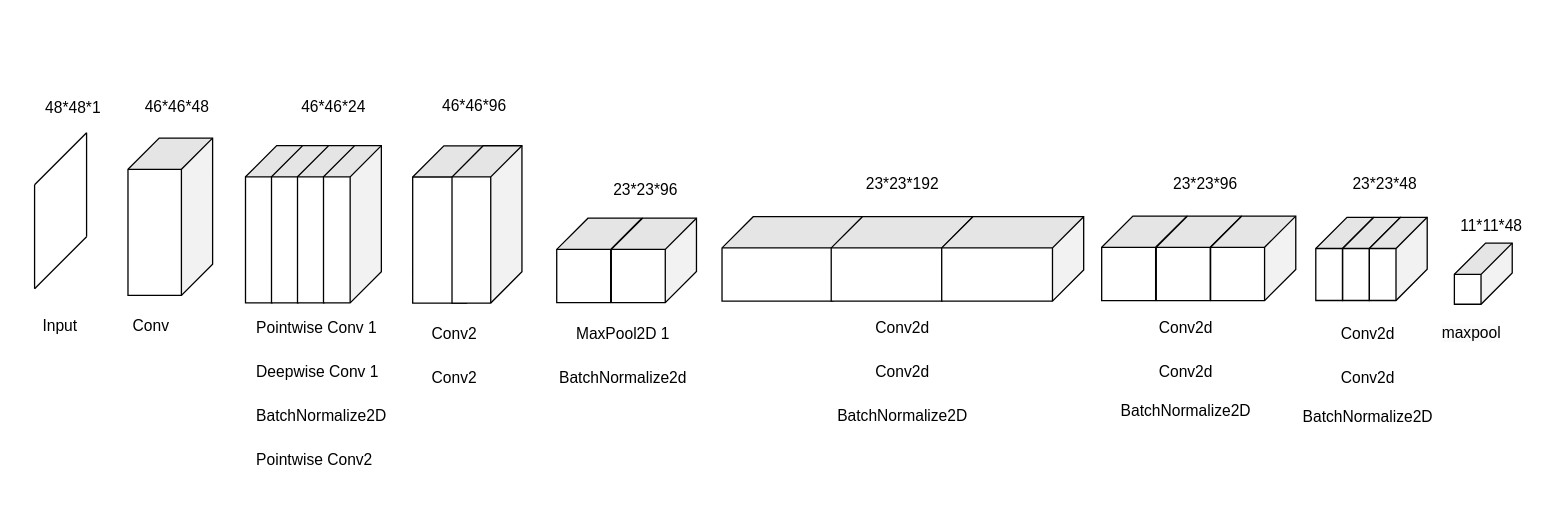
BienGudBoy/draws keeps this draw.io diagram as facts tha3o.drawio. Above is the earlier version. Source tidied: cells renumbered, new cells numbered last; positions are measured from the earlier drawing's top-left corner, leaving out a move shared by most shapes. Both pictures are drawn from the tidied source at 130%, with x=0, y=0 at pixel (21, 22).
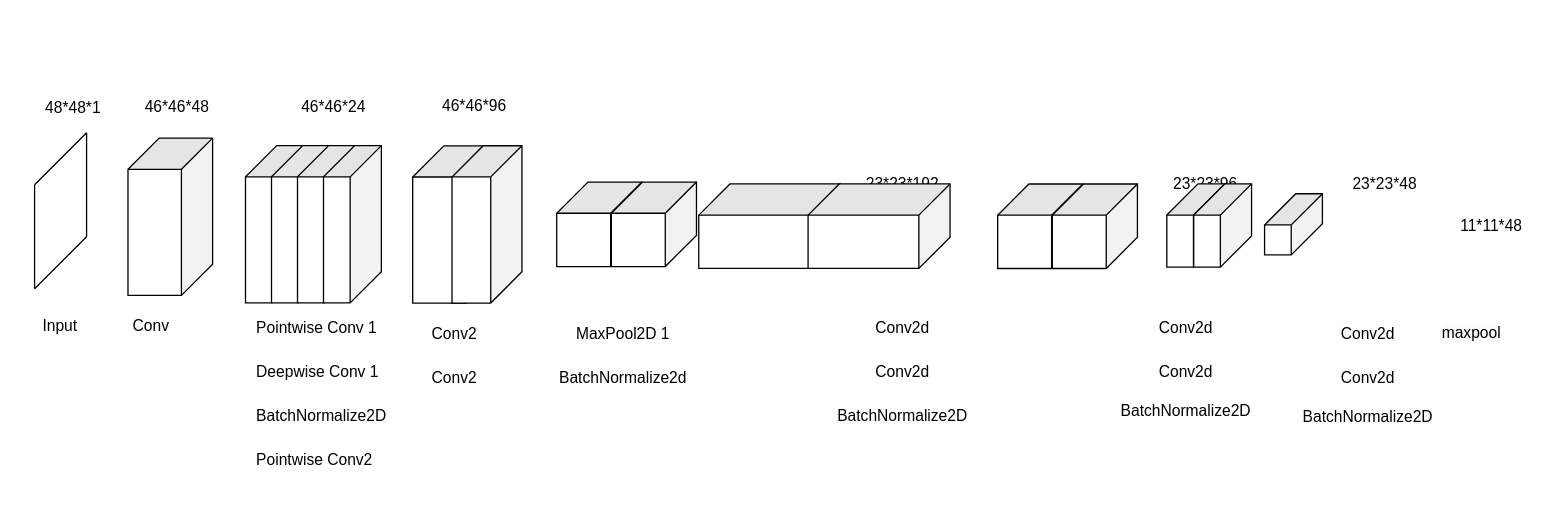
The same page after the edit.

Change to the diagram source:
```diff
@@
-    <mxCell id="34" style="shape=cube;whiteSpace=wrap;html=1;boundedLbl=1;backgroundOutline=1;darkOpacity=0.05;darkOpacity2=0.1;size=24;rotation=90;" parent="1" vertex="1">
-      <mxGeometry x="561" y="127.1" width="65" height="109.2" as="geometry" />
-    </mxCell>
-    <mxCell id="35" style="shape=cube;whiteSpace=wrap;html=1;boundedLbl=1;backgroundOutline=1;darkOpacity=0.05;darkOpacity2=0.1;size=24;rotation=90;" parent="1" vertex="1">
-      <mxGeometry x="645" y="127.1" width="65" height="109.2" as="geometry" />
-    </mxCell>
-    <mxCell id="36" style="shape=cube;whiteSpace=wrap;html=1;boundedLbl=1;backgroundOutline=1;darkOpacity=0.05;darkOpacity2=0.1;size=24;rotation=90;" parent="1" vertex="1">
-      <mxGeometry x="730" y="127.1" width="65" height="109.2" as="geometry" />
-    </mxCell>
     <mxCell id="37" style="group;" parent="1" vertex="1">
-      <mxGeometry x="831" y="148.7" width="149.2" height="65" as="geometry" />
+      <mxGeometry x="751" y="124" width="149.2" height="65" as="geometry" />
     </mxCell>
@@
-    <mxCell id="40" style="shape=cube;whiteSpace=wrap;html=1;boundedLbl=1;backgroundOutline=1;darkOpacity=0.05;darkOpacity2=0.1;size=24;rotation=90;" parent="37" vertex="1">
-      <mxGeometry x="84" y="-0.2" width="65" height="65.5" as="geometry" />
-    </mxCell>
     <mxCell id="41" style="group;" parent="1" vertex="1">
-      <mxGeometry x="995.6" y="149.7" width="85.8" height="64" as="geometry" />
+      <mxGeometry x="881" y="124" width="85.8" height="64" as="geometry" />
     </mxCell>
@@
-    <mxCell id="44" style="shape=cube;whiteSpace=wrap;html=1;boundedLbl=1;backgroundOutline=1;darkOpacity=0.05;darkOpacity2=0.1;size=24;rotation=90;" parent="41" vertex="1">
-      <mxGeometry x="31.5" y="9.7" width="64" height="44.5" as="geometry" />
-    </mxCell>
     <mxCell id="45" style="shape=cube;whiteSpace=wrap;html=1;boundedLbl=1;backgroundOutline=1;darkOpacity=0.05;darkOpacity2=0.1;size=24;rotation=90;" parent="1" vertex="1">
-      <mxGeometry x="1101" y="170.8" width="47" height="44.5" as="geometry" />
+      <mxGeometry x="955" y="132.8" width="47" height="44.5" as="geometry" />
     </mxCell>
     <mxCell id="46" style="group;" parent="1" vertex="1">
-      <mxGeometry x="411.8" y="150.3" width="107.4" height="65" as="geometry" />
+      <mxGeometry x="411.8" y="122.5" width="107.4" height="65" as="geometry" />
     </mxCell>
@@
+    <mxCell id="52" style="group;" parent="1" vertex="1">
+      <mxGeometry x="521" y="124" width="193.3" height="65" as="geometry" />
+    </mxCell>
+    <mxCell id="34" style="shape=cube;whiteSpace=wrap;html=1;boundedLbl=1;backgroundOutline=1;darkOpacity=0.05;darkOpacity2=0.1;size=24;rotation=90;" parent="52" vertex="1">
+      <mxGeometry x="22.1" y="-22.1" width="65" height="109.2" as="geometry" />
+    </mxCell>
+    <mxCell id="35" style="shape=cube;whiteSpace=wrap;html=1;boundedLbl=1;backgroundOutline=1;darkOpacity=0.05;darkOpacity2=0.1;size=24;rotation=90;" parent="52" vertex="1">
+      <mxGeometry x="106.2" y="-22.1" width="65" height="109.2" as="geometry" />
+    </mxCell>
```
